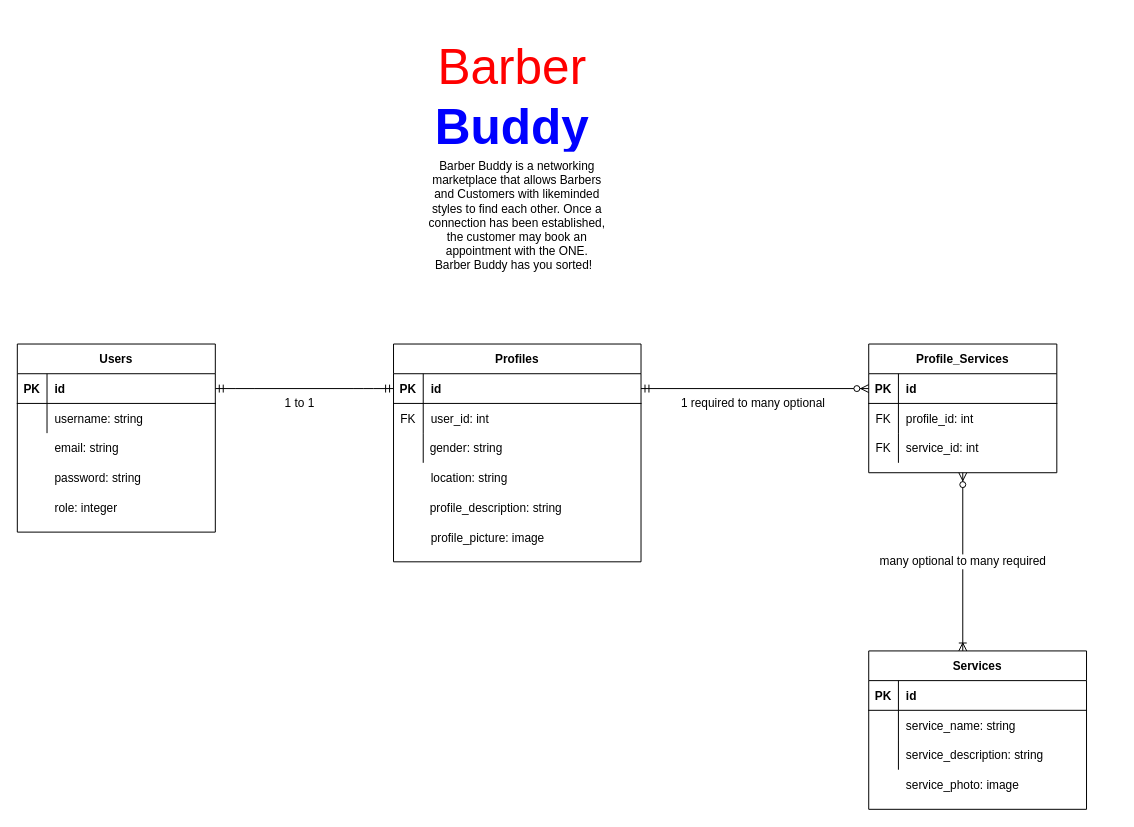
Before: docs/barber-buddy-ERD.drawio in karlatolentino/Barber-Buddy, a draw.io diagram. Source tidied: cells renumbered, new cells numbered last; positions are measured from the earlier drawing's top-left corner, leaving out a move shared by most shapes. Both pictures are drawn from the tidied source at 99%, with x=0, y=0 at pixel (17, 17).
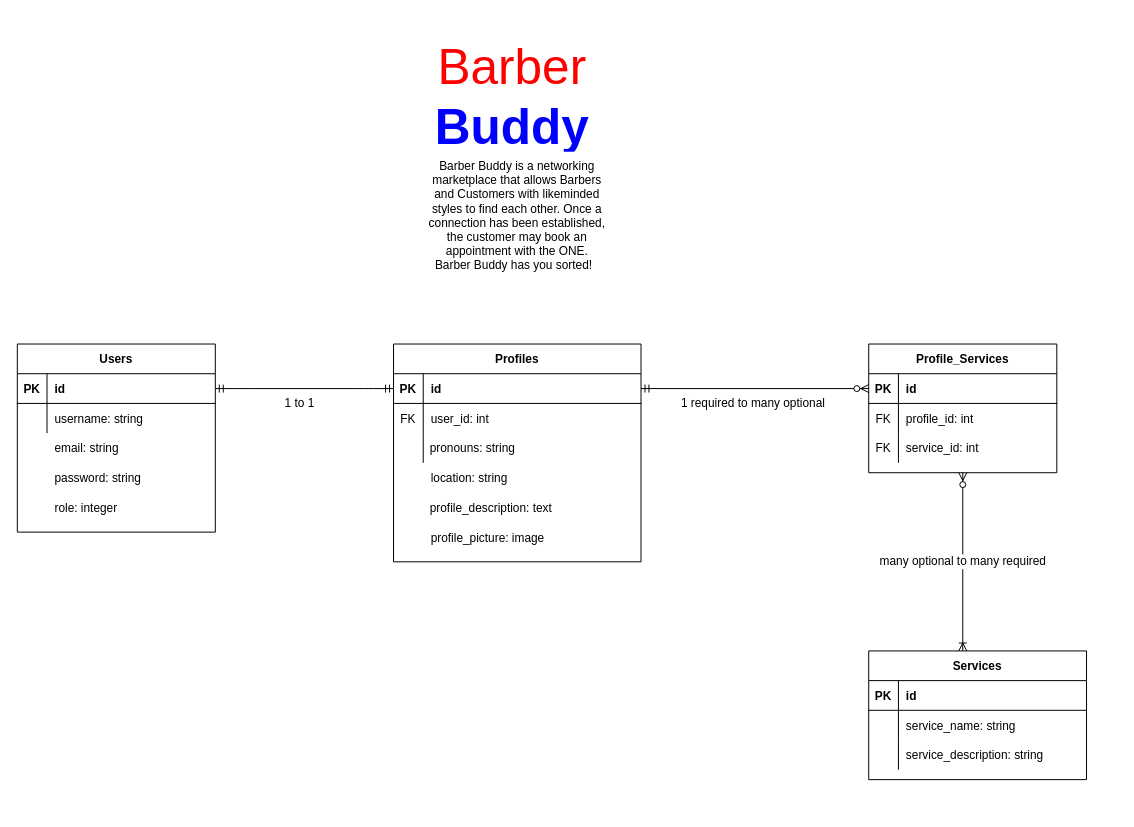
The same diagram, later.

What changed in the source:
```diff
@@
     <mxCell id="2" value="Services" style="shape=table;startSize=30;childLayout=tableLayout;rowLines=0;fontStyle=1;align=center;" parent="1" vertex="1">
-      <mxGeometry x="860" y="640" width="220" height="160" as="geometry" />
+      <mxGeometry x="860" y="640" width="220" height="130" as="geometry" />
     </mxCell>
@@
-    <mxCell id="31" value="profile_description: string" style="shape=partialRectangle;overflow=hidden;fillColor=none;top=0;left=0;bottom=0;right=0;align=left;spacingLeft=6;" parent="1" vertex="1">
+    <mxCell id="31" value="profile_description: text" style="shape=partialRectangle;overflow=hidden;fillColor=none;top=0;left=0;bottom=0;right=0;align=left;spacingLeft=6;" parent="1" vertex="1">
       <mxGeometry x="409" y="480" width="220" height="30" as="geometry" />
     </mxCell>
-    <mxCell id="32" value="gender: string" style="shape=partialRectangle;overflow=hidden;fillColor=none;top=0;left=0;bottom=0;right=0;align=left;spacingLeft=6;" parent="1" vertex="1">
+    <mxCell id="32" value="pronouns: string" style="shape=partialRectangle;overflow=hidden;fillColor=none;top=0;left=0;bottom=0;right=0;align=left;spacingLeft=6;" parent="1" vertex="1">
       <mxGeometry x="409" y="420" width="220" height="30" as="geometry" />
     </mxCell>
@@
-    <mxCell id="52" value="service_photo: image" style="shape=partialRectangle;overflow=hidden;fillColor=none;top=0;left=0;bottom=0;right=0;align=left;spacingLeft=6;" parent="1" vertex="1">
-      <mxGeometry x="890" y="760" width="220" height="30" as="geometry" />
-    </mxCell>
```
